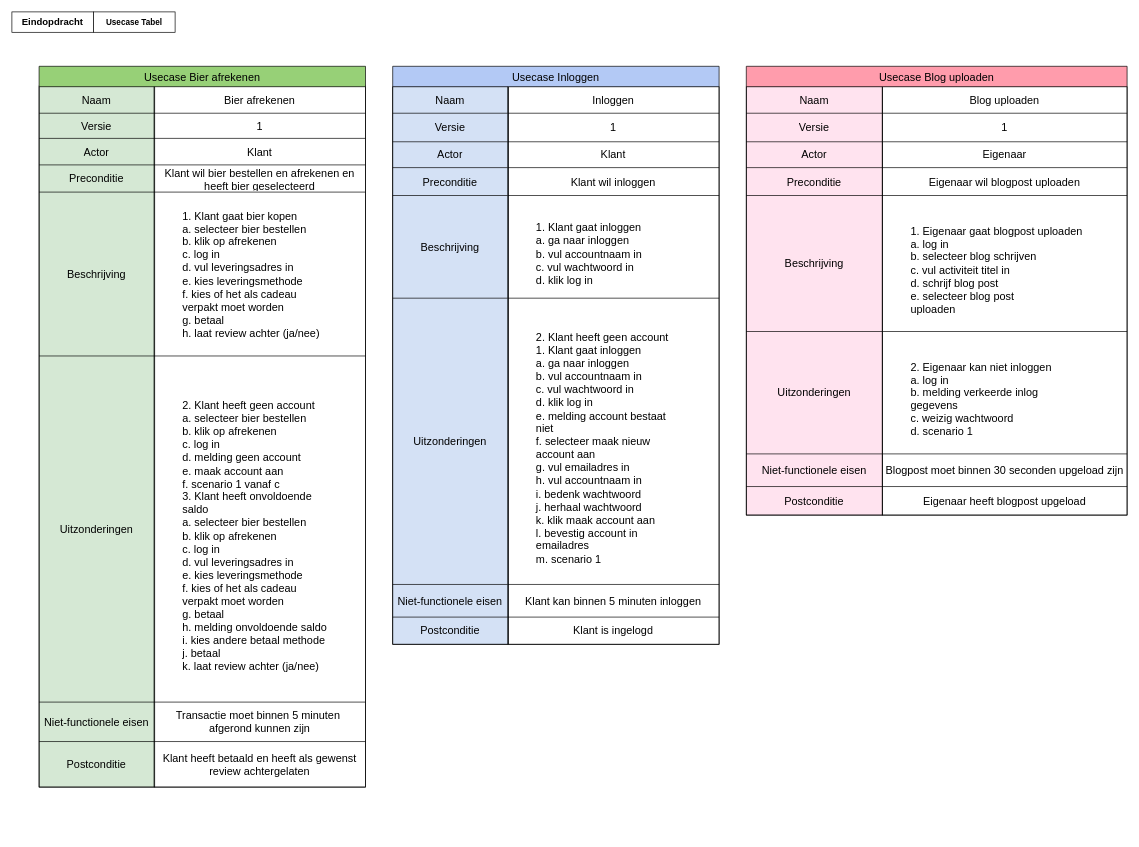
The draw.io diagram page "Usecase_tabel" (3 of 4) of ProcesanalyseEindopdracht.drawio in EMB20/Procesanalyse, before the edit. Source tidied: cells renumbered, new cells numbered last; positions are measured from the earlier drawing's top-left corner, leaving out a move shared by most shapes. Both pictures are drawn from the tidied source at 68%, with x=0, y=0 at pixel (12, 12).
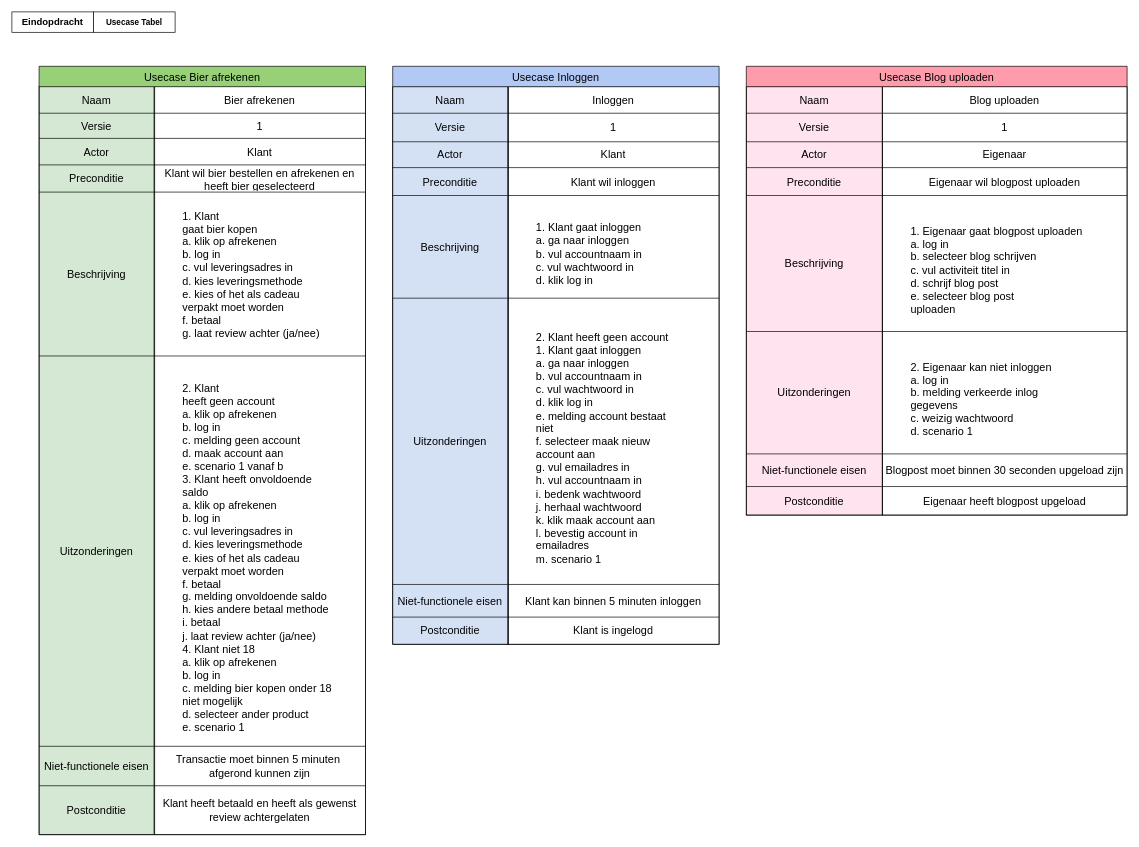
Above is the later version.

The change refers to these unchanged cells:
```xml
<mxCell id="18" style="shape=tableRow;horizontal=0;startSize=0;swimlaneHead=0;swimlaneBody=0;strokeColor=inherit;top=0;left=0;bottom=0;right=0;fillColor=none;fontSize=16;align=left;" parent="5" vertex="1">
  <mxGeometry y="185" width="480" height="241" as="geometry" />
</mxCell>
```

Diff of the diagram source:
```diff
@@
     <mxCell id="2" style="group;" parent="1" vertex="1">
-      <mxGeometry x="40" y="80" width="480" height="1060" as="geometry" />
+      <mxGeometry x="40" y="80" width="480" height="1130" as="geometry" />
     </mxCell>
     <mxCell id="3" style="rounded=0;whiteSpace=wrap;html=1;imageAspect=0;" parent="2" vertex="1">
-      <mxGeometry x="170" y="28.9" width="310" height="1031.1" as="geometry" />
+      <mxGeometry x="170" y="28.9" width="310" height="1101.1" as="geometry" />
     </mxCell>
     <mxCell id="4" style="rounded=0;whiteSpace=wrap;html=1;fillColor=#D5E8D4;" parent="2" vertex="1">
-      <mxGeometry y="28.9" width="170" height="1031.1" as="geometry" />
+      <mxGeometry y="28.9" width="170" height="1101.1" as="geometry" />
     </mxCell>
     <mxCell id="5" value="Usecase Bier afrekenen" style="shape=table;startSize=30;childLayout=tableLayout;strokeColor=default;fontSize=16;fillColor=#97D077;" parent="2" vertex="1">
-      <mxGeometry width="480" height="1060" as="geometry" />
+      <mxGeometry width="480" height="1130" as="geometry" />
     </mxCell>
@@
-    <mxCell id="20" value="&lt;blockquote style=&quot;margin: 0 0 0 40px; border: none; padding: 0px;&quot;&gt;&lt;div style=&quot;&quot;&gt;&lt;br&gt;&lt;table style=&quot;border-collapse:&lt;br/&gt; collapse;width:272pt&quot; width=&quot;362&quot; cellspacing=&quot;0&quot; cellpadding=&quot;0&quot; border=&quot;0&quot;&gt; &lt;colgroup&gt;&lt;col style=&quot;mso-width-source:userset;mso-width-alt:12885;width:272pt&quot; width=&quot;362&quot;&gt;&lt;/colgroup&gt; &lt;tbody&gt;&lt;tr style=&quot;height:14.4pt&quot; height=&quot;19&quot;&gt;  &lt;td style=&quot;height:14.4pt;width:272pt&quot; width=&quot;362&quot; class=&quot;xl66&quot; height=&quot;19&quot;&gt;1. Klant gaat bier kopen&lt;/td&gt; &lt;/tr&gt; &lt;tr style=&quot;height:14.4pt&quot; height=&quot;19&quot;&gt;  &lt;td style=&quot;height:14.4pt&quot; class=&quot;xl66&quot; height=&quot;19&quot;&gt;a. selecteer bier bestellen&lt;/td&gt; &lt;/tr&gt; &lt;tr style=&quot;height:14.4pt&quot; height=&quot;19&quot;&gt;  &lt;td style=&quot;height:14.4pt&quot; class=&quot;xl65&quot; height=&quot;19&quot;&gt;b. klik op afrekenen&lt;/td&gt; &lt;/tr&gt; &lt;tr style=&quot;height:14.4pt&quot; height=&quot;19&quot;&gt;  &lt;td style=&quot;height:14.4pt&quot; class=&quot;xl65&quot; height=&quot;19&quot;&gt;c. log in&lt;/td&gt; &lt;/tr&gt; &lt;tr style=&quot;height:14.4pt&quot; height=&quot;19&quot;&gt;  &lt;td style=&quot;height:14.4pt&quot; class=&quot;xl65&quot; height=&quot;19&quot;&gt;d. vul leveringsadres in&lt;/td&gt; &lt;/tr&gt; &lt;tr style=&quot;height:14.4pt&quot; height=&quot;19&quot;&gt;  &lt;td style=&quot;height:14.4pt&quot; class=&quot;xl65&quot; height=&quot;19&quot;&gt;e. kies leveringsmethode&lt;/td&gt; &lt;/tr&gt; &lt;tr style=&quot;height:14.4pt&quot; height=&quot;19&quot;&gt;  &lt;td style=&quot;height:14.4pt&quot; class=&quot;xl65&quot; height=&quot;19&quot;&gt;f. kies of het als cadeau&lt;br&gt;  verpakt moet worden&lt;/td&gt; &lt;/tr&gt; &lt;tr style=&quot;height:14.4pt&quot; height=&quot;19&quot;&gt;  &lt;td style=&quot;height:14.4pt&quot; class=&quot;xl65&quot; height=&quot;19&quot;&gt;g. betaal&lt;/td&gt; &lt;/tr&gt; &lt;tr style=&quot;height:14.4pt&quot; height=&quot;19&quot;&gt;  &lt;td style=&quot;height:14.4pt&quot; class=&quot;xl65&quot; height=&quot;19&quot;&gt;h. laat review achter (ja/nee)&lt;/td&gt; &lt;/tr&gt;&lt;/tbody&gt;&lt;/table&gt;&lt;br&gt;&lt;/div&gt;&lt;/blockquote&gt;" style="shape=partialRectangle;html=1;whiteSpace=wrap;strokeColor=inherit;overflow=hidden;fillColor=none;top=0;left=0;bottom=0;right=0;fontSize=16;align=left;" parent="18" vertex="1">
+    <mxCell id="20" value="&lt;blockquote style=&quot;margin: 0 0 0 40px; border: none; padding: 0px;&quot;&gt;&lt;div style=&quot;&quot;&gt;&lt;table style=&quot;border-collapse:&lt;br/&gt; collapse;width:272pt&quot; width=&quot;362&quot; cellspacing=&quot;0&quot; cellpadding=&quot;0&quot; border=&quot;0&quot;&gt;&lt;colgroup&gt;&lt;col style=&quot;mso-width-source:userset;mso-width-alt:12885;width:272pt&quot; width=&quot;362&quot;&gt;&lt;/colgroup&gt;&lt;tbody&gt;&lt;tr style=&quot;height:14.4pt&quot; height=&quot;19&quot;&gt;&lt;td style=&quot;height:14.4pt&quot; class=&quot;xl65&quot; height=&quot;19&quot;&gt;&lt;br&gt;&lt;table style=&quot;border-collapse:&lt;br/&gt; collapse;width:272pt&quot; width=&quot;362&quot; cellspacing=&quot;0&quot; cellpadding=&quot;0&quot; border=&quot;0&quot;&gt; &lt;colgroup&gt;&lt;col style=&quot;mso-width-source:userset;mso-width-alt:12885;width:272pt&quot; width=&quot;362&quot;&gt;&lt;/colgroup&gt; &lt;tbody&gt;&lt;tr style=&quot;height:14.4pt&quot; height=&quot;19&quot;&gt;  &lt;td style=&quot;height:14.4pt;width:272pt&quot; width=&quot;362&quot; class=&quot;xl64&quot; height=&quot;19&quot;&gt;1. Klant&lt;br&gt;  gaat bier kopen&lt;/td&gt; &lt;/tr&gt; &lt;tr style=&quot;height:14.4pt&quot; height=&quot;19&quot;&gt;  &lt;td style=&quot;height:14.4pt&quot; class=&quot;xl63&quot; height=&quot;19&quot;&gt;a. klik op afrekenen&lt;/td&gt; &lt;/tr&gt; &lt;tr style=&quot;height:14.4pt&quot; height=&quot;19&quot;&gt;  &lt;td style=&quot;height:14.4pt&quot; class=&quot;xl63&quot; height=&quot;19&quot;&gt;b. log in&lt;/td&gt; &lt;/tr&gt; &lt;tr style=&quot;height:14.4pt&quot; height=&quot;19&quot;&gt;  &lt;td style=&quot;height:14.4pt&quot; class=&quot;xl63&quot; height=&quot;19&quot;&gt;c. vul leveringsadres in&lt;/td&gt; &lt;/tr&gt; &lt;tr style=&quot;height:14.4pt&quot; height=&quot;19&quot;&gt;  &lt;td style=&quot;height:14.4pt&quot; class=&quot;xl63&quot; height=&quot;19&quot;&gt;d. kies leveringsmethode&lt;/td&gt; &lt;/tr&gt; &lt;tr style=&quot;height:14.4pt&quot; height=&quot;19&quot;&gt;  &lt;td style=&quot;height:14.4pt&quot; class=&quot;xl63&quot; height=&quot;19&quot;&gt;e. kies of het als cadeau&lt;br&gt;  verpakt moet worden&lt;/td&gt; &lt;/tr&gt; &lt;tr style=&quot;height:14.4pt&quot; height=&quot;19&quot;&gt;  &lt;td style=&quot;height:14.4pt&quot; class=&quot;xl63&quot; height=&quot;19&quot;&gt;f. betaal&lt;/td&gt; &lt;/tr&gt; &lt;tr style=&quot;height:14.4pt&quot; height=&quot;19&quot;&gt;  &lt;td style=&quot;height:14.4pt&quot; class=&quot;xl63&quot; height=&quot;19&quot;&gt;g. laat review achter (ja/nee)&lt;/td&gt; &lt;/tr&gt;&lt;/tbody&gt;&lt;/table&gt;&lt;/td&gt; &lt;/tr&gt;&lt;/tbody&gt;&lt;/table&gt;&lt;br&gt;&lt;/div&gt;&lt;/blockquote&gt;" style="shape=partialRectangle;html=1;whiteSpace=wrap;strokeColor=inherit;overflow=hidden;fillColor=none;top=0;left=0;bottom=0;right=0;fontSize=16;align=left;" parent="18" vertex="1">
       <mxGeometry x="169" width="311" height="241" as="geometry" />
     </mxCell>
     <mxCell id="21" style="shape=tableRow;horizontal=0;startSize=0;swimlaneHead=0;swimlaneBody=0;strokeColor=inherit;top=0;left=0;bottom=0;right=0;fillColor=none;fontSize=16;" parent="5" vertex="1">
-      <mxGeometry y="426" width="480" height="509" as="geometry" />
+      <mxGeometry y="426" width="480" height="574" as="geometry" />
     </mxCell>
     <mxCell id="22" value="Uitzonderingen" style="shape=partialRectangle;html=1;whiteSpace=wrap;strokeColor=inherit;overflow=hidden;fillColor=none;top=0;left=0;bottom=0;right=0;fontSize=16;" parent="21" vertex="1">
-      <mxGeometry width="169" height="509" as="geometry" />
+      <mxGeometry width="169" height="574" as="geometry" />
     </mxCell>
-    <mxCell id="23" value="&lt;blockquote style=&quot;margin: 0 0 0 40px; border: none; padding: 0px;&quot;&gt;&lt;br&gt;&lt;table style=&quot;border-collapse:&lt;br/&gt; collapse;width:272pt&quot; width=&quot;362&quot; cellspacing=&quot;0&quot; cellpadding=&quot;0&quot; border=&quot;0&quot;&gt; &lt;colgroup&gt;&lt;col style=&quot;mso-width-source:userset;mso-width-alt:12885;width:272pt&quot; width=&quot;362&quot;&gt;&lt;/colgroup&gt; &lt;tbody&gt;&lt;tr style=&quot;height:14.4pt&quot; height=&quot;19&quot;&gt;  &lt;td style=&quot;height:14.4pt;width:272pt&quot; width=&quot;362&quot; class=&quot;xl65&quot; height=&quot;19&quot;&gt;2. Klant heeft geen account&lt;/td&gt; &lt;/tr&gt; &lt;tr style=&quot;height:14.4pt&quot; height=&quot;19&quot;&gt;  &lt;td style=&quot;height:14.4pt&quot; class=&quot;xl66&quot; height=&quot;19&quot;&gt;a. selecteer bier bestellen&lt;/td&gt; &lt;/tr&gt; &lt;tr style=&quot;height:14.4pt&quot; height=&quot;19&quot;&gt;  &lt;td style=&quot;height:14.4pt&quot; class=&quot;xl65&quot; height=&quot;19&quot;&gt;b. klik op afrekenen&lt;/td&gt; &lt;/tr&gt; &lt;tr style=&quot;height:14.4pt&quot; height=&quot;19&quot;&gt;  &lt;td style=&quot;height:14.4pt&quot; class=&quot;xl65&quot; height=&quot;19&quot;&gt;c. log in&lt;/td&gt; &lt;/tr&gt; &lt;tr style=&quot;height:14.4pt&quot; height=&quot;19&quot;&gt;  &lt;td style=&quot;height:14.4pt&quot; class=&quot;xl65&quot; height=&quot;19&quot;&gt;d. melding geen account&lt;/td&gt; &lt;/tr&gt; &lt;tr style=&quot;height:14.4pt&quot; height=&quot;19&quot;&gt;  &lt;td style=&quot;height:14.4pt&quot; class=&quot;xl65&quot; height=&quot;19&quot;&gt;e. maak account aan&lt;/td&gt; &lt;/tr&gt; &lt;tr style=&quot;height:14.4pt&quot; height=&quot;19&quot;&gt;  &lt;td style=&quot;height:14.4pt&quot; class=&quot;xl65&quot; height=&quot;19&quot;&gt;f. scenario 1 vanaf c&lt;/td&gt; &lt;/tr&gt; &lt;tr style=&quot;height:14.4pt&quot; height=&quot;19&quot;&gt;  &lt;td style=&quot;height:14.4pt&quot; class=&quot;xl65&quot; height=&quot;19&quot;&gt;3. Klant heeft onvoldoende&lt;br&gt;  saldo&lt;/td&gt; &lt;/tr&gt; &lt;tr style=&quot;height:14.4pt&quot; height=&quot;19&quot;&gt;  &lt;td style=&quot;height:14.4pt&quot; class=&quot;xl66&quot; height=&quot;19&quot;&gt;a. selecteer bier bestellen&lt;/td&gt; &lt;/tr&gt; &lt;tr style=&quot;height:14.4pt&quot; height=&quot;19&quot;&gt;  &lt;td style=&quot;height:14.4pt&quot; class=&quot;xl65&quot; height=&quot;19&quot;&gt;b. klik op afrekenen&lt;/td&gt; &lt;/tr&gt; &lt;tr style=&quot;height:14.4pt&quot; height=&quot;19&quot;&gt;  &lt;td style=&quot;height:14.4pt&quot; class=&quot;xl65&quot; height=&quot;19&quot;&gt;c. log in&lt;/td&gt; &lt;/tr&gt; &lt;tr style=&quot;height:14.4pt&quot; height=&quot;19&quot;&gt;  &lt;td style=&quot;height:14.4pt&quot; class=&quot;xl65&quot; height=&quot;19&quot;&gt;d. vul leveringsadres in&lt;/td&gt; &lt;/tr&gt; &lt;tr style=&quot;height:14.4pt&quot; height=&quot;19&quot;&gt;  &lt;td style=&quot;height:14.4pt&quot; class=&quot;xl65&quot; height=&quot;19&quot;&gt;e. kies leveringsmethode&lt;/td&gt; &lt;/tr&gt; &lt;tr style=&quot;height:14.4pt&quot; height=&quot;19&quot;&gt;  &lt;td style=&quot;height:14.4pt&quot; class=&quot;xl65&quot; height=&quot;19&quot;&gt;f. kies of het als cadeau&lt;br&gt;  verpakt moet worden&lt;/td&gt; &lt;/tr&gt; &lt;tr style=&quot;height:14.4pt&quot; height=&quot;19&quot;&gt;  &lt;td style=&quot;height:14.4pt&quot; class=&quot;xl65&quot; height=&quot;19&quot;&gt;g. betaal&lt;/td&gt; &lt;/tr&gt; &lt;tr style=&quot;height:14.4pt&quot; height=&quot;19&quot;&gt;  &lt;td style=&quot;height:14.4pt&quot; class=&quot;xl65&quot; height=&quot;19&quot;&gt;h. melding onvoldoende saldo&lt;/td&gt; &lt;/tr&gt; &lt;tr style=&quot;height:14.4pt&quot; height=&quot;19&quot;&gt;  &lt;td style=&quot;height:14.4pt&quot; class=&quot;xl65&quot; height=&quot;19&quot;&gt;i. kies andere betaal methode&lt;/td&gt; &lt;/tr&gt; &lt;tr style=&quot;height:14.4pt&quot; height=&quot;19&quot;&gt;  &lt;td style=&quot;height:14.4pt&quot; class=&quot;xl65&quot; height=&quot;19&quot;&gt;j. betaal&lt;/td&gt; &lt;/tr&gt; &lt;tr style=&quot;height:14.4pt&quot; height=&quot;19&quot;&gt;  &lt;td style=&quot;height:14.4pt&quot; class=&quot;xl65&quot; height=&quot;19&quot;&gt;k. laat review achter (ja/nee)&lt;/td&gt; &lt;/tr&gt;&lt;/tbody&gt;&lt;/table&gt;&lt;/blockquote&gt;" style="shape=partialRectangle;html=1;whiteSpace=wrap;strokeColor=inherit;overflow=hidden;fillColor=none;top=0;left=0;bottom=0;right=0;fontSize=16;align=left;" parent="21" vertex="1">
-      <mxGeometry x="169" width="311" height="509" as="geometry" />
+    <mxCell id="23" value="&lt;blockquote style=&quot;margin: 0 0 0 40px; border: none; padding: 0px;&quot;&gt;&lt;br&gt;&lt;table style=&quot;border-collapse:&lt;br/&gt; collapse;width:272pt&quot; width=&quot;362&quot; cellspacing=&quot;0&quot; cellpadding=&quot;0&quot; border=&quot;0&quot;&gt; &lt;colgroup&gt;&lt;col style=&quot;mso-width-source:userset;mso-width-alt:12885;width:272pt&quot; width=&quot;362&quot;&gt;&lt;/colgroup&gt; &lt;tbody&gt;&lt;tr style=&quot;height:14.4pt&quot; height=&quot;19&quot;&gt;  &lt;td style=&quot;height:14.4pt;width:272pt&quot; width=&quot;362&quot; class=&quot;xl65&quot; height=&quot;19&quot;&gt;2. Klant&lt;br&gt;  heeft geen account&lt;/td&gt; &lt;/tr&gt; &lt;tr style=&quot;height:14.4pt&quot; height=&quot;19&quot;&gt;  &lt;td style=&quot;height:14.4pt&quot; class=&quot;xl65&quot; height=&quot;19&quot;&gt;a. klik op afrekenen&lt;/td&gt; &lt;/tr&gt; &lt;tr style=&quot;height:14.4pt&quot; height=&quot;19&quot;&gt;  &lt;td style=&quot;height:14.4pt&quot; class=&quot;xl65&quot; height=&quot;19&quot;&gt;b. log in&lt;/td&gt; &lt;/tr&gt; &lt;tr style=&quot;height:14.4pt&quot; height=&quot;19&quot;&gt;  &lt;td style=&quot;height:14.4pt&quot; class=&quot;xl65&quot; height=&quot;19&quot;&gt;c. melding geen account&lt;/td&gt; &lt;/tr&gt; &lt;tr style=&quot;height:14.4pt&quot; height=&quot;19&quot;&gt;  &lt;td style=&quot;height:14.4pt&quot; class=&quot;xl65&quot; height=&quot;19&quot;&gt;d. maak account aan&lt;/td&gt; &lt;/tr&gt; &lt;tr style=&quot;height:14.4pt&quot; height=&quot;19&quot;&gt;  &lt;td style=&quot;height:14.4pt&quot; class=&quot;xl65&quot; height=&quot;19&quot;&gt;e. scenario 1 vanaf b&lt;/td&gt; &lt;/tr&gt; &lt;tr style=&quot;height:14.4pt&quot; height=&quot;19&quot;&gt;  &lt;td style=&quot;height:14.4pt&quot; class=&quot;xl65&quot; height=&quot;19&quot;&gt;3. Klant heeft onvoldoende&lt;br&gt;  saldo&lt;/td&gt; &lt;/tr&gt; &lt;tr style=&quot;height:14.4pt&quot; height=&quot;19&quot;&gt;  &lt;td style=&quot;height:14.4pt&quot; class=&quot;xl65&quot; height=&quot;19&quot;&gt;a. klik op afrekenen&lt;/td&gt; &lt;/tr&gt; &lt;tr style=&quot;height:14.4pt&quot; height=&quot;19&quot;&gt;  &lt;td style=&quot;height:14.4pt&quot; class=&quot;xl65&quot; height=&quot;19&quot;&gt;b. log in&lt;/td&gt; &lt;/tr&gt; &lt;tr style=&quot;height:14.4pt&quot; height=&quot;19&quot;&gt;  &lt;td style=&quot;height:14.4pt&quot; class=&quot;xl65&quot; height=&quot;19&quot;&gt;c. vul leveringsadres in&lt;/td&gt; &lt;/tr&gt; &lt;tr style=&quot;height:14.4pt&quot; height=&quot;19&quot;&gt;  &lt;td style=&quot;height:14.4pt&quot; class=&quot;xl65&quot; height=&quot;19&quot;&gt;d. kies leveringsmethode&lt;/td&gt; &lt;/tr&gt; &lt;tr style=&quot;height:14.4pt&quot; height=&quot;19&quot;&gt;  &lt;td style=&quot;height:14.4pt&quot; class=&quot;xl65&quot; height=&quot;19&quot;&gt;e. kies of het als cadeau&lt;br&gt;  verpakt moet worden&lt;/td&gt; &lt;/tr&gt; &lt;tr style=&quot;height:14.4pt&quot; height=&quot;19&quot;&gt;  &lt;td style=&quot;height:14.4pt&quot; class=&quot;xl65&quot; height=&quot;19&quot;&gt;f. betaal&lt;/td&gt; &lt;/tr&gt; &lt;tr style=&quot;height:14.4pt&quot; height=&quot;19&quot;&gt;  &lt;td style=&quot;height:14.4pt&quot; class=&quot;xl65&quot; height=&quot;19&quot;&gt;g. melding onvoldoende saldo&lt;/td&gt; &lt;/tr&gt; &lt;tr style=&quot;height:14.4pt&quot; height=&quot;19&quot;&gt;  &lt;td style=&quot;height:14.4pt&quot; class=&quot;xl65&quot; height=&quot;19&quot;&gt;h. kies andere betaal methode&lt;/td&gt; &lt;/tr&gt; &lt;tr style=&quot;height:14.4pt&quot; height=&quot;19&quot;&gt;  &lt;td style=&quot;height:14.4pt&quot; class=&quot;xl65&quot; height=&quot;19&quot;&gt;i. betaal&lt;/td&gt; &lt;/tr&gt; &lt;tr style=&quot;height:14.4pt&quot; height=&quot;19&quot;&gt;  &lt;td style=&quot;height:14.4pt&quot; class=&quot;xl65&quot; height=&quot;19&quot;&gt;j. laat review achter (ja/nee)&lt;/td&gt; &lt;/tr&gt; &lt;tr style=&quot;height:14.4pt&quot; height=&quot;19&quot;&gt;  &lt;td style=&quot;height:14.4pt&quot; class=&quot;xl65&quot; height=&quot;19&quot;&gt;4. Klant niet 18&lt;/td&gt; &lt;/tr&gt; &lt;tr style=&quot;height:14.4pt&quot; height=&quot;19&quot;&gt;  &lt;td style=&quot;height:14.4pt&quot; class=&quot;xl65&quot; height=&quot;19&quot;&gt;a. klik op afrekenen&lt;/td&gt; &lt;/tr&gt; &lt;tr style=&quot;height:14.4pt&quot; height=&quot;19&quot;&gt;  &lt;td style=&quot;height:14.4pt&quot; class=&quot;xl65&quot; height=&quot;19&quot;&gt;b. log in&lt;/td&gt; &lt;/tr&gt; &lt;tr style=&quot;height:14.4pt&quot; height=&quot;19&quot;&gt;  &lt;td style=&quot;height:14.4pt&quot; class=&quot;xl65&quot; height=&quot;19&quot;&gt;c. melding bier kopen onder 18&lt;br&gt;  niet mogelijk&lt;/td&gt; &lt;/tr&gt; &lt;tr style=&quot;height:14.4pt&quot; height=&quot;19&quot;&gt;  &lt;td style=&quot;height:14.4pt&quot; class=&quot;xl65&quot; height=&quot;19&quot;&gt;d. selecteer ander product&lt;/td&gt; &lt;/tr&gt; &lt;tr style=&quot;height:14.4pt&quot; height=&quot;19&quot;&gt;  &lt;td style=&quot;height:14.4pt&quot; class=&quot;xl65&quot; height=&quot;19&quot;&gt;e. scenario 1&lt;/td&gt; &lt;/tr&gt;&lt;/tbody&gt;&lt;/table&gt;&lt;/blockquote&gt;" style="shape=partialRectangle;html=1;whiteSpace=wrap;strokeColor=inherit;overflow=hidden;fillColor=none;top=0;left=0;bottom=0;right=0;fontSize=16;align=left;" parent="21" vertex="1">
+      <mxGeometry x="169" width="311" height="574" as="geometry" />
     </mxCell>
     <mxCell id="24" style="shape=tableRow;horizontal=0;startSize=0;swimlaneHead=0;swimlaneBody=0;strokeColor=inherit;top=0;left=0;bottom=0;right=0;fillColor=none;fontSize=16;" parent="5" vertex="1">
-      <mxGeometry y="935" width="480" height="58" as="geometry" />
+      <mxGeometry y="1000" width="480" height="58" as="geometry" />
     </mxCell>
@@
     <mxCell id="27" style="shape=tableRow;horizontal=0;startSize=0;swimlaneHead=0;swimlaneBody=0;strokeColor=inherit;top=0;left=0;bottom=0;right=0;fillColor=none;fontSize=16;" parent="5" vertex="1">
-      <mxGeometry y="993" width="480" height="67" as="geometry" />
+      <mxGeometry y="1058" width="480" height="72" as="geometry" />
     </mxCell>
     <mxCell id="28" value="Postconditie" style="shape=partialRectangle;html=1;whiteSpace=wrap;strokeColor=inherit;overflow=hidden;fillColor=none;top=0;left=0;bottom=0;right=0;fontSize=16;align=center;verticalAlign=middle;" parent="27" vertex="1">
-      <mxGeometry width="169" height="67" as="geometry" />
+      <mxGeometry width="169" height="72" as="geometry" />
     </mxCell>
     <mxCell id="29" value="Klant heeft betaald en heeft als gewenst review achtergelaten" style="shape=partialRectangle;html=1;whiteSpace=wrap;strokeColor=inherit;overflow=hidden;fillColor=none;top=0;left=0;bottom=0;right=0;fontSize=16;align=center;" parent="27" vertex="1">
-      <mxGeometry x="169" width="311" height="67" as="geometry" />
+      <mxGeometry x="169" width="311" height="72" as="geometry" />
     </mxCell>
```
